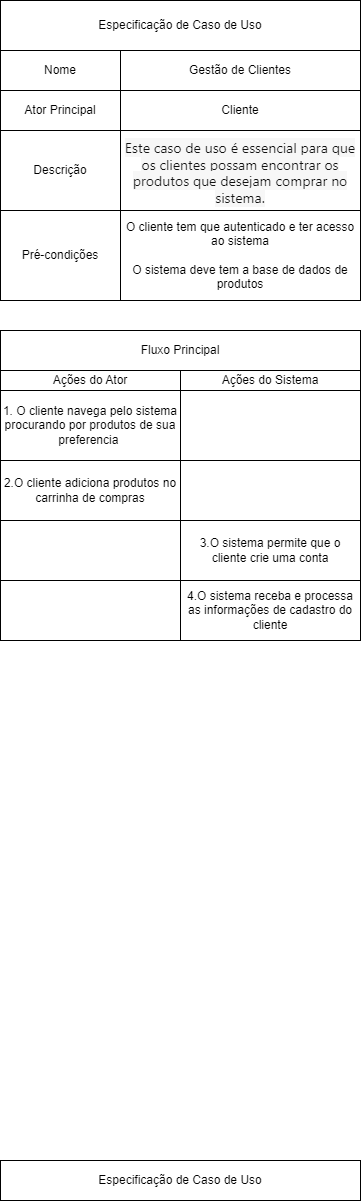
Before: ECdUGdCF.drawio.png, a diagram exported from draw.io (Zaibam/Desenvolvimento-De-Sistemas-1). Source tidied: cells renumbered, new cells last; positions are measured from the earlier drawing's top-left corner, leaving out a move shared by most shapes.
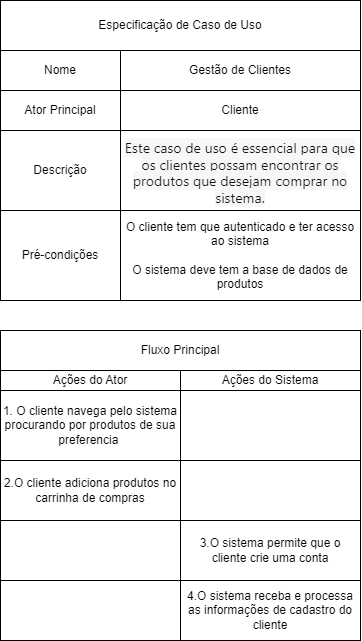
Above is the later version.

Diff of the diagram source:
```diff
@@ -2,9 +2,6 @@
   <root>
     <mxCell id="0" />
     <mxCell id="1" parent="0" />
-    <mxCell id="2" value="E&lt;span style=&quot;color: rgba(0, 0, 0, 0); font-family: monospace; font-size: 0px; text-align: start; text-wrap: nowrap;&quot;&gt;%3CmxGraphModel%3E%3Croot%3E%3CmxCell%20id%3D%220%22%2F%3E%3CmxCell%20id%3D%221%22%20parent%3D%220%22%2F%3E%3CmxCell%20id%3D%222%22%20value%3D%22Especifica%C3%A7%C3%A3o%20de%20Caso%20de%20Uso%22%20style%3D%22html%3D1%3BwhiteSpace%3Dwrap%3BfillColor%3Ddefault%3BstrokeColor%3Ddefault%3Balign%3Dcenter%3BverticalAlign%3Dmiddle%3Bhorizontal%3D1%3B%22%20vertex%3D%221%22%20parent%3D%221%22%3E%3CmxGeometry%20x%3D%2240%22%20y%3D%22-1120%22%20width%3D%22360%22%20height%3D%2250%22%20as%3D%22geometry%22%2F%3E%3C%2FmxCell%3E%3CmxCell%20id%3D%223%22%20value%3D%22Ator%20Principal%22%20style%3D%22rounded%3D0%3BwhiteSpace%3Dwrap%3Bhtml%3D1%3B%22%20vertex%3D%221%22%20parent%3D%221%22%3E%3CmxGeometry%20x%3D%2240%22%20y%3D%22-1030%22%20width%3D%22120%22%20height%3D%2240%22%20as%3D%22geometry%22%2F%3E%3C%2FmxCell%3E%3CmxCell%20id%3D%224%22%20value%3D%22Funcion%C3%A1rio%26amp%3Bnbsp%3B%22%20style%3D%22rounded%3D0%3BwhiteSpace%3Dwrap%3Bhtml%3D1%3B%22%20vertex%3D%221%22%20parent%3D%221%22%3E%3CmxGeometry%20x%3D%22160%22%20y%3D%22-1030%22%20width%3D%22240%22%20height%3D%2240%22%20as%3D%22geometry%22%2F%3E%3C%2FmxCell%3E%3CmxCell%20id%3D%225%22%20value%3D%22Descri%C3%A7%C3%A3o%22%20style%3D%22rounded%3D0%3BwhiteSpace%3Dwrap%3Bhtml%3D1%3B%22%20vertex%3D%221%22%20parent%3D%221%22%3E%3CmxGeometry%20x%3D%2240%22%20y%3D%22-990%22%20width%3D%22120%22%20height%3D%2280%22%20as%3D%22geometry%22%2F%3E%3C%2FmxCell%3E%3CmxCell%20id%3D%226%22%20value%3D%22Este%20caso%20de%20uso%20permite%20que%20o%20funcion%C3%A1rio%20registre%20novos%20produtor%20no%20sistema%20de%20gerenciamento%20de%20estoque%22%20style%3D%22rounded%3D0%3BwhiteSpace%3Dwrap%3Bhtml%3D1%3B%22%20vertex%3D%221%22%20parent%3D%221%22%3E%3CmxGeometry%20x%3D%22160%22%20y%3D%22-990%22%20width%3D%22240%22%20height%3D%2280%22%20as%3D%22geometry%22%2F%3E%3C%2FmxCell%3E%3CmxCell%20id%3D%227%22%20value%3D%22Pr%C3%A9-condi%C3%A7%C3%B5es%22%20style%3D%22rounded%3D0%3BwhiteSpace%3Dwrap%3Bhtml%3D1%3B%22%20vertex%3D%221%22%20parent%3D%221%22%3E%3CmxGeometry%20x%3D%2240%22%20y%3D%22-910%22%20width%3D%22120%22%20height%3D%2290%22%20as%3D%22geometry%22%2F%3E%3C%2FmxCell%3E%3CmxCell%20id%3D%228%22%20value%3D%22O%20funcion%C3%A1rio%20deve%20estar%20autenticando%20no%20sistema%26lt%3Bbr%26gt%3B%26lt%3Bbr%26gt%3BO%20sistema%20deve%20estar%20em%20funcionamento.%22%20style%3D%22rounded%3D0%3BwhiteSpace%3Dwrap%3Bhtml%3D1%3B%22%20vertex%3D%221%22%20parent%3D%221%22%3E%3CmxGeometry%20x%3D%22160%22%20y%3D%22-910%22%20width%3D%22240%22%20height%3D%2290%22%20as%3D%22geometry%22%2F%3E%3C%2FmxCell%3E%3CmxCell%20id%3D%229%22%20value%3D%22Nome%22%20style%3D%22rounded%3D0%3BwhiteSpace%3Dwrap%3Bhtml%3D1%3B%22%20vertex%3D%221%22%20parent%3D%221%22%3E%3CmxGeometry%20x%3D%2240%22%20y%3D%22-1070%22%20width%3D%22120%22%20height%3D%2240%22%20as%3D%22geometry%22%2F%3E%3C%2FmxCell%3E%3CmxCell%20id%3D%2210%22%20value%3D%22Gest%C3%A3o%20de%20Produtos%22%20style%3D%22rounded%3D0%3BwhiteSpace%3Dwrap%3Bhtml%3D1%3B%22%20vertex%3D%221%22%20parent%3D%221%22%3E%3CmxGeometry%20x%3D%22160%22%20y%3D%22-1070%22%20width%3D%22240%22%20height%3D%2240%22%20as%3D%22geometry%22%2F%3E%3C%2FmxCell%3E%3C%2Froot%3E%3C%2FmxGraphModel%3E&lt;/span&gt;specificação de Caso de Uso" style="rounded=0;whiteSpace=wrap;html=1;" parent="1" vertex="1">
-      <mxGeometry y="1160" width="360" height="40" as="geometry" />
-    </mxCell>
     <mxCell id="3" value="Especificação de Caso de Uso" style="html=1;whiteSpace=wrap;fillColor=default;strokeColor=default;align=center;verticalAlign=middle;horizontal=1;" parent="1" vertex="1">
       <mxGeometry width="360" height="50" as="geometry" />
     </mxCell>
```
